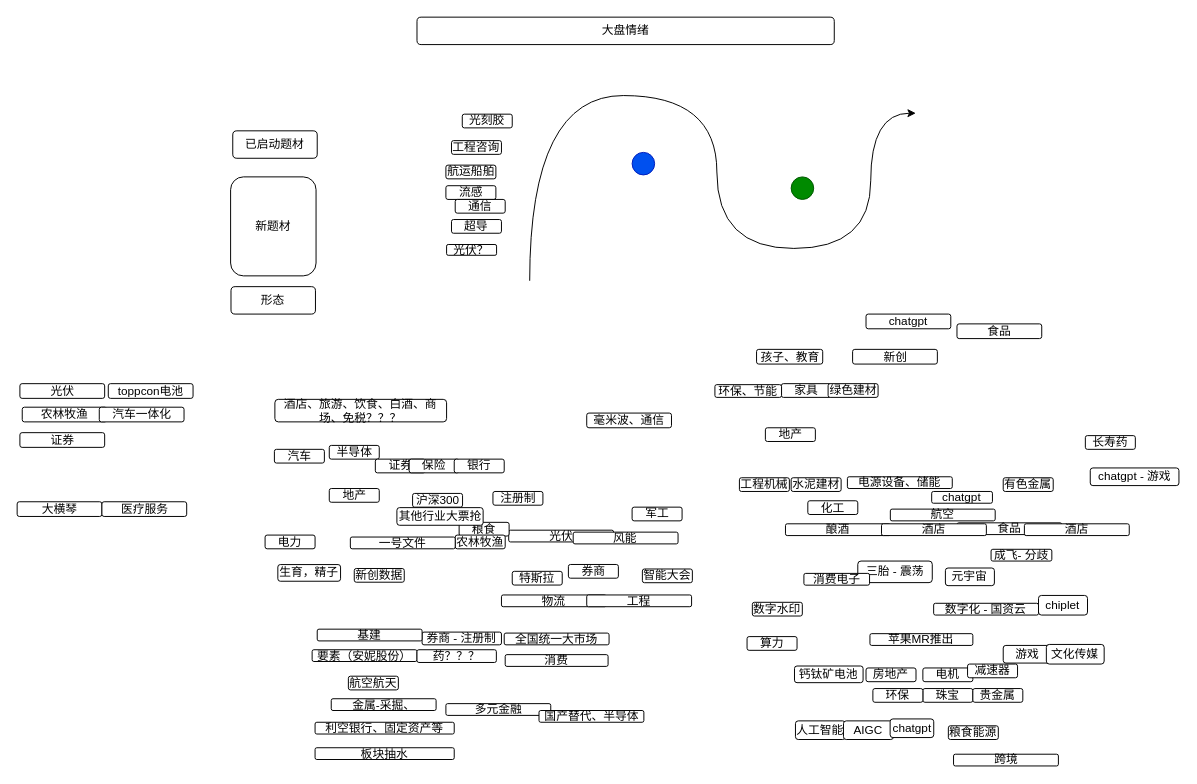
This is menus/每日头脑风暴.drawio from Asamiyaa/microservice-k8s-yun, a draw.io file, before an edit. Source tidied: cells renumbered, new cells numbered last; positions are measured from the earlier drawing's top-left corner, leaving out a move shared by most shapes. Both pictures are drawn from the tidied source at 98%, with x=0, y=0 at pixel (17, 17).
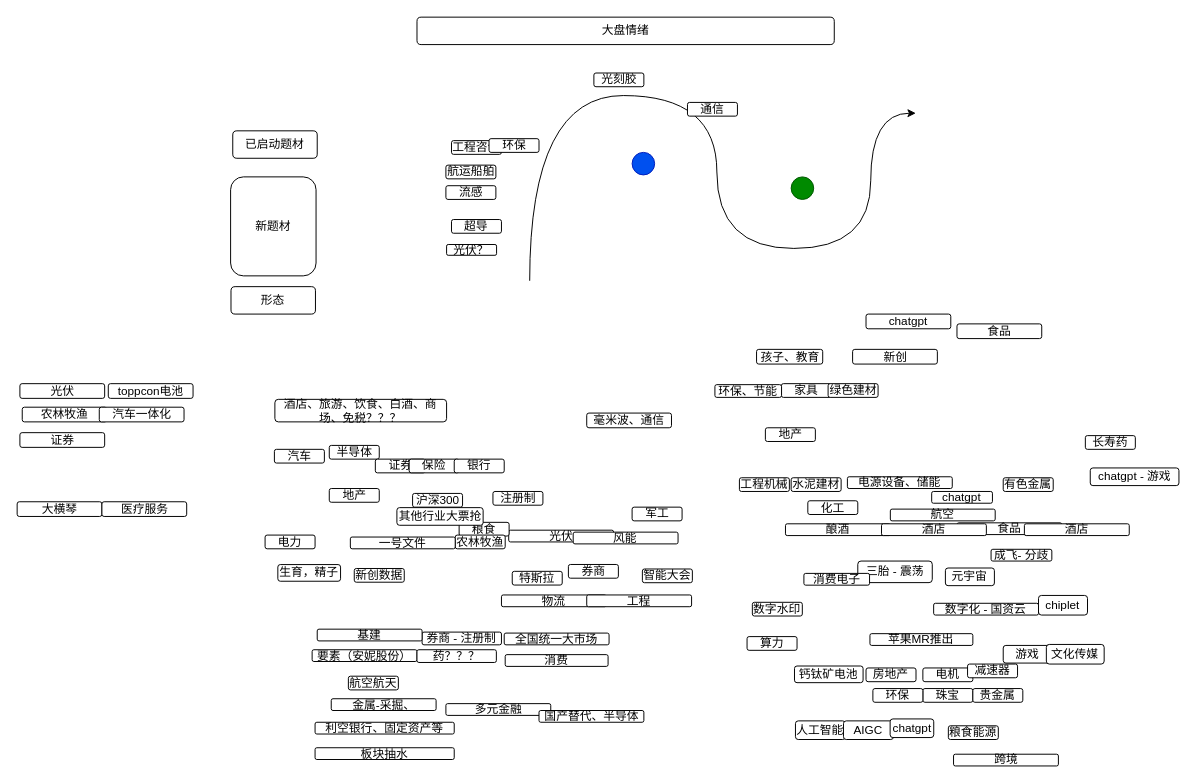
Above is the later version.

Commit message:
更新每日头脑风暴.drawio

What changed in the source:
```diff
@@
     <mxCell id="102" value="光刻胶" style="rounded=1;whiteSpace=wrap;html=1;" parent="1" vertex="1">
-      <mxGeometry x="454.2" y="99" width="51" height="14" as="geometry" />
+      <mxGeometry x="588.5" y="57" width="51" height="14" as="geometry" />
     </mxCell>
     <mxCell id="103" value="通信" style="rounded=1;whiteSpace=wrap;html=1;" parent="1" vertex="1">
-      <mxGeometry x="447" y="186" width="51" height="14" as="geometry" />
+      <mxGeometry x="684" y="87" width="51" height="14" as="geometry" />
     </mxCell>
+    <mxCell id="104" value="环保" style="rounded=1;whiteSpace=wrap;html=1;" parent="1" vertex="1">
+      <mxGeometry x="481.5" y="124" width="51" height="14" as="geometry" />
+    </mxCell>
```
